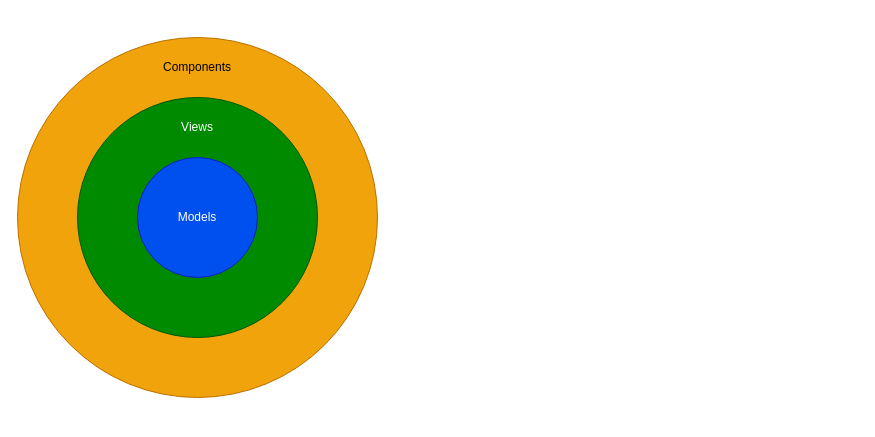
Before: page "Architecture" (1 of 3) of docs/djambi.drawio in mabdelaal86/djambi, a draw.io diagram. Source tidied: cells renumbered, new cells numbered last; positions are measured from the earlier drawing's top-left corner, leaving out a move shared by most shapes. Both pictures are drawn from the tidied source at 100%, with x=0, y=0 at pixel (17, 37).
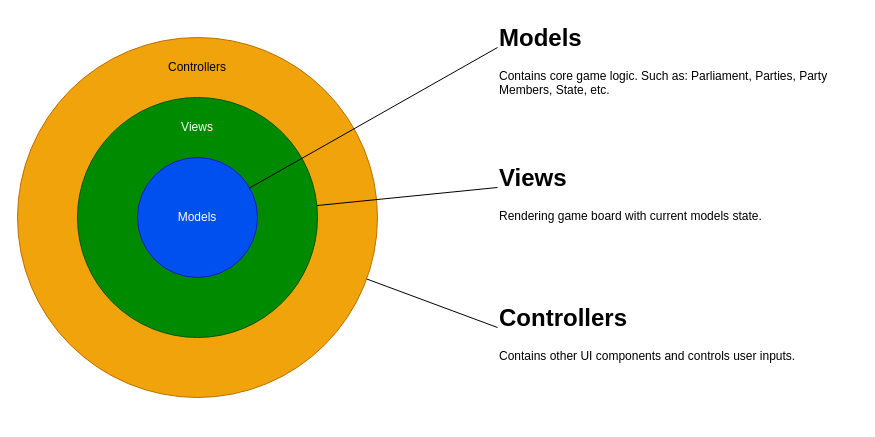
After the change.

Change to the diagram source:
```diff
@@
 <mxGraphModel>
   <root>
     <mxCell id="0" />
     <mxCell id="1" parent="0" />
-    <mxCell id="2" value="Components" style="ellipse;whiteSpace=wrap;html=1;verticalAlign=top;spacingTop=16;fillColor=#f0a30a;fontColor=#000000;strokeColor=#BD7000;" parent="1" vertex="1">
+    <mxCell id="2" value="Controllers" style="ellipse;whiteSpace=wrap;html=1;verticalAlign=top;spacingTop=16;fillColor=#f0a30a;fontColor=#000000;strokeColor=#BD7000;" parent="1" vertex="1">
       <mxGeometry width="360" height="360" as="geometry" />
     </mxCell>
     <mxCell id="3" value="Views" style="ellipse;whiteSpace=wrap;html=1;verticalAlign=top;spacingTop=16;fillColor=#008a00;fontColor=#ffffff;strokeColor=#005700;" parent="1" vertex="1">
       <mxGeometry x="60" y="60" width="240" height="240" as="geometry" />
     </mxCell>
     <mxCell id="4" value="Models" style="ellipse;whiteSpace=wrap;html=1;fillColor=#0050ef;fontColor=#ffffff;strokeColor=#001DBC;" parent="1" vertex="1">
       <mxGeometry x="120" y="120" width="120" height="120" as="geometry" />
     </mxCell>
+    <mxCell id="5" value="&lt;h1 style=&quot;margin-top: 0px;&quot;&gt;Controllers&lt;/h1&gt;&lt;h1 style=&quot;margin-top: 0px;&quot;&gt;&lt;p style=&quot;font-size: 12px; font-weight: 400;&quot;&gt;Contains other UI components and controls user inputs.&lt;/p&gt;&lt;/h1&gt;" style="text;html=1;whiteSpace=wrap;overflow=hidden;rounded=0;" parent="1" vertex="1">
+      <mxGeometry x="480" y="260" width="360" height="120" as="geometry" />
+    </mxCell>
+    <mxCell id="6" style="endArrow=none;html=1;rounded=0;entryX=0;entryY=0.25;entryDx=0;entryDy=0;" parent="1" edge="1" source="4" target="10">
+      <mxGeometry relative="1" as="geometry" />
+    </mxCell>
+    <mxCell id="7" style="endArrow=none;html=1;rounded=0;entryX=0;entryY=0.25;entryDx=0;entryDy=0;" parent="1" edge="1" source="3" target="9">
+      <mxGeometry relative="1" as="geometry" />
+    </mxCell>
+    <mxCell id="8" style="endArrow=none;html=1;rounded=0;entryX=0;entryY=0.25;entryDx=0;entryDy=0;" parent="1" edge="1" source="2" target="5">
+      <mxGeometry relative="1" as="geometry" />
+    </mxCell>
+    <mxCell id="9" value="&lt;h1 style=&quot;margin-top: 0px;&quot;&gt;Views&lt;/h1&gt;&lt;p&gt;Rendering game board with current models state.&lt;/p&gt;" style="text;html=1;whiteSpace=wrap;overflow=hidden;rounded=0;" parent="1" vertex="1">
+      <mxGeometry x="480" y="120" width="360" height="120" as="geometry" />
+    </mxCell>
+    <mxCell id="10" value="&lt;h1 style=&quot;margin-top: 0px;&quot;&gt;Models&lt;/h1&gt;&lt;h1 style=&quot;margin-top: 0px;&quot;&gt;&lt;p style=&quot;font-size: 12px; font-weight: 400;&quot;&gt;&lt;span style=&quot;background-color: transparent; color: light-dark(rgb(0, 0, 0), rgb(255, 255, 255));&quot;&gt;Contains core game logic. Such as: Parliament, Parties, Party Members, State, etc.&lt;/span&gt;&lt;br&gt;&lt;/p&gt;&lt;/h1&gt;" style="text;html=1;whiteSpace=wrap;overflow=hidden;rounded=0;" parent="1" vertex="1">
+      <mxGeometry x="480" y="-20" width="360" height="120" as="geometry" />
+    </mxCell>
   </root>
 </mxGraphModel>
```
